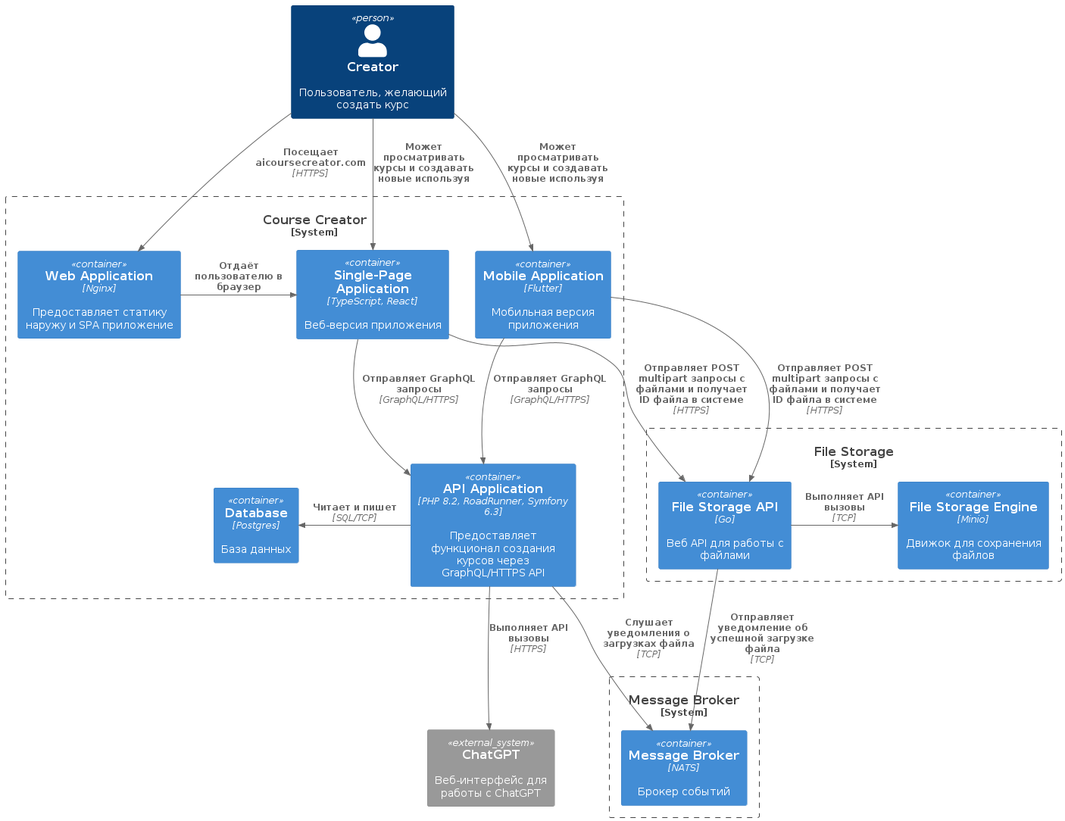
Monkey-Business-Edu/docs-obsidian keeps this PlantUML diagram as 2. Технический проект/C4-Диаграммы/C4_container.png. Above is the earlier version. Source of this version:
```plantuml
@startuml C4_container
!include  https://raw.githubusercontent.com/plantuml-stdlib/C4-PlantUML/master/C4_Container.puml

Person(user_creator, "Creator", "Пользователь, желающий создать курс")

System_Boundary(system_course_creator, "Course Creator") {
    Container(tool_course_creator_nginx, "Web Application", "Nginx", "Предоставляет статику наружу и SPA приложение")
    Container(app_course_creator_frontend, "Single-Page Application", "TypeScript, React", "Веб-версия приложения")
    Container(app_course_creator_mobile, "Mobile Application", "Flutter", "Мобильная версия приложения")
    Container(app_course_creator_backend, "API Application", "PHP 8.2, RoadRunner, Symfony 6.3", "Предоставляет функционал создания курсов через GraphQL/HTTPS API")
    Container(tool_course_creator_postgres, "Database", "Postgres", "База данных")
}
Rel_R(tool_course_creator_nginx, app_course_creator_frontend, "Отдаёт пользователю в браузер")
Rel(app_course_creator_frontend, app_course_creator_backend, "Отправляет GraphQL запросы", "GraphQL/HTTPS")
Rel(app_course_creator_mobile, app_course_creator_backend, "Отправляет GraphQL запросы", "GraphQL/HTTPS")
Rel_L(app_course_creator_backend, tool_course_creator_postgres, "Читает и пишет", "SQL/TCP")

System_Ext(system_chat_gpt, "ChatGPT", "Веб-интерфейс для работы с ChatGPT")

System_Boundary(system_file_storage, "File Storage") {
    Container(app_file_storage_api, "File Storage API", "Go", "Веб API для работы с файлами")
    Container(tool_file_storage_minio, "File Storage Engine", "Minio", "Движок для сохранения файлов")
}
Rel_R(app_file_storage_api, tool_file_storage_minio, "Выполняет API вызовы", "TCP")

System_Boundary(system_message_broker, "Message Broker") {
    Container(tool_message_broker_nats, "Message Broker", "NATS", "Брокер событий")
}

Rel(user_creator, tool_course_creator_nginx, "Посещает aicoursecreator.com", "HTTPS")
Rel(user_creator, app_course_creator_frontend, "Может просматривать курсы и создавать новые используя")
Rel(user_creator, app_course_creator_mobile, "Может просматривать курсы и создавать новые используя")

Rel(app_course_creator_frontend, app_file_storage_api, "Отправляет POST multipart запросы с файлами и получает ID файла в системе", "HTTPS")
Rel(app_course_creator_mobile, app_file_storage_api, "Отправляет POST multipart запросы с файлами и получает ID файла в системе", "HTTPS")

Rel(app_course_creator_backend, system_chat_gpt, "Выполняет API вызовы", "HTTPS")

Rel(app_file_storage_api, tool_message_broker_nats, "Отправляет уведомление об успешной загрузке файла", "TCP")
Rel(app_course_creator_backend, tool_message_broker_nats, "Слушает уведомления о загрузках файла", "TCP")

@enduml
```
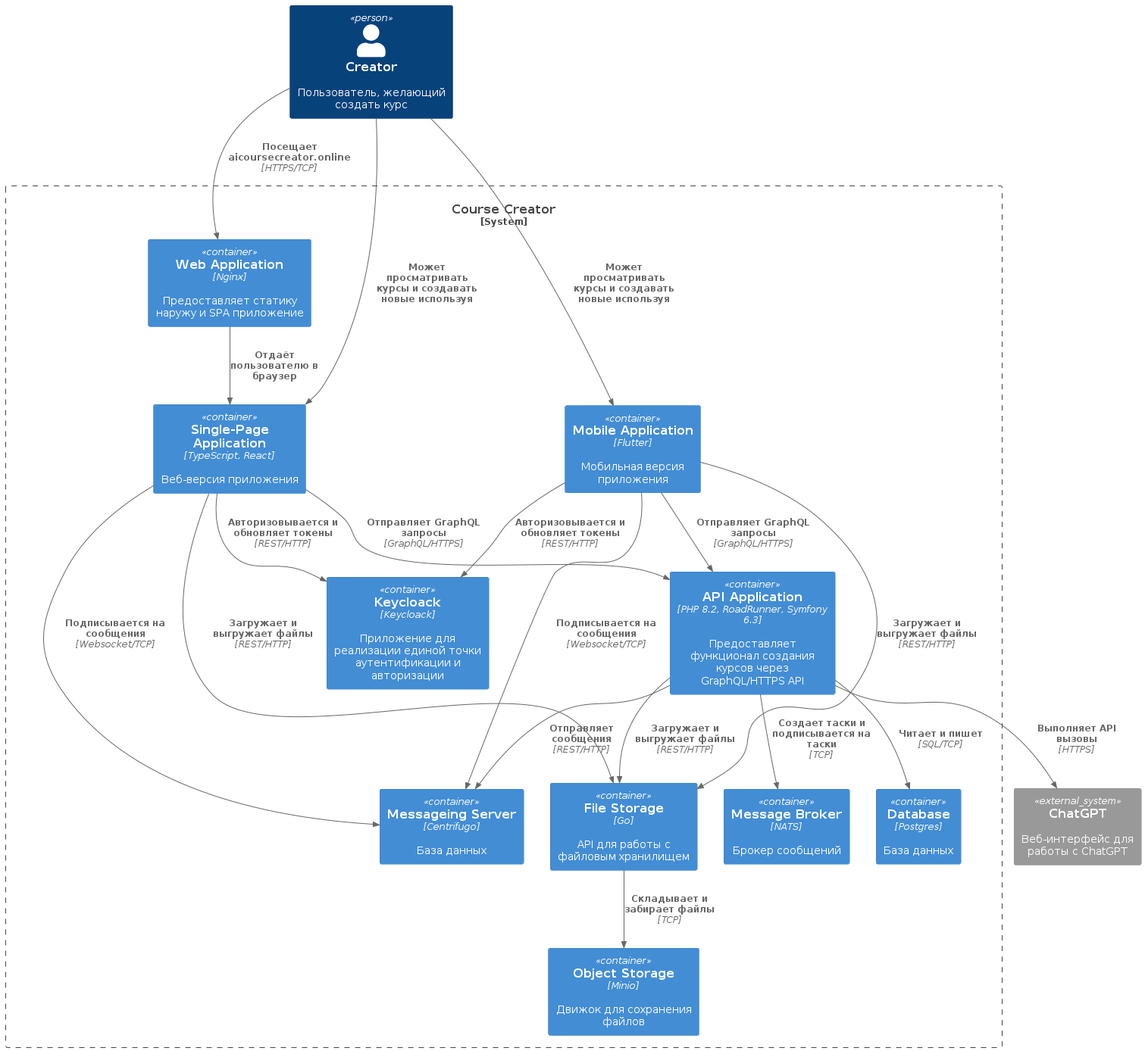
The same file after the commit.

Commit message:
Обновил диаграмму контейнеров

What changed in the source:
```diff
@@ -5,38 +5,36 @@
 
 System_Boundary(system_course_creator, "Course Creator") {
     Container(tool_course_creator_nginx, "Web Application", "Nginx", "Предоставляет статику наружу и SPA приложение")
+    Container(tool_course_creator_keycloack, "Keycloack", "Keycloack", "Приложение для реализации единой точки аутентификации и авторизации")
     Container(app_course_creator_frontend, "Single-Page Application", "TypeScript, React", "Веб-версия приложения")
+    Container(tool_course_creator_centrifugo, "Messageing Server", "Centrifugo", "База данных")
     Container(app_course_creator_mobile, "Mobile Application", "Flutter", "Мобильная версия приложения")
     Container(app_course_creator_backend, "API Application", "PHP 8.2, RoadRunner, Symfony 6.3", "Предоставляет функционал создания курсов через GraphQL/HTTPS API")
     Container(tool_course_creator_postgres, "Database", "Postgres", "База данных")
+    Container(tool_course_creator_nats, "Message Broker", "NATS", "Брокер сообщений")
+    Container(app_course_creator_filestorage, "File Storage", "Go", "API для работы с файловым хранилищем")
+    Container(tool_course_creator_minio, "Object Storage", "Minio", "Движок для сохранения файлов")
 }
-Rel_R(tool_course_creator_nginx, app_course_creator_frontend, "Отдаёт пользователю в браузер")
+Rel(tool_course_creator_nginx, app_course_creator_frontend, "Отдаёт пользователю в браузер")
 Rel(app_course_creator_frontend, app_course_creator_backend, "Отправляет GraphQL запросы", "GraphQL/HTTPS")
 Rel(app_course_creator_mobile, app_course_creator_backend, "Отправляет GraphQL запросы", "GraphQL/HTTPS")
-Rel_L(app_course_creator_backend, tool_course_creator_postgres, "Читает и пишет", "SQL/TCP")
+Rel(app_course_creator_frontend, tool_course_creator_centrifugo, "Подписывается на сообщения", "Websocket/TCP")
+Rel(app_course_creator_mobile, tool_course_creator_centrifugo, "Подписывается на сообщения", "Websocket/TCP")
+Rel(app_course_creator_backend, tool_course_creator_centrifugo, "Отправляет сообщения", "REST/HTTP")
+Rel(app_course_creator_backend, tool_course_creator_postgres, "Читает и пишет", "SQL/TCP")
+Rel(app_course_creator_backend, tool_course_creator_nats, "Создает таски и подписывается на таски", "TCP")
+Rel(app_course_creator_backend, app_course_creator_filestorage, "Загружает и выгружает файлы", "REST/HTTP")
+Rel(app_course_creator_frontend, app_course_creator_filestorage, "Загружает и выгружает файлы", "REST/HTTP")
+Rel(app_course_creator_mobile, app_course_creator_filestorage, "Загружает и выгружает файлы", "REST/HTTP")
+Rel(app_course_creator_frontend, tool_course_creator_keycloack, "Авторизовывается и обновляет токены", "REST/HTTP")
+Rel(app_course_creator_mobile, tool_course_creator_keycloack, "Авторизовывается и обновляет токены", "REST/HTTP")
+Rel(app_course_creator_filestorage, tool_course_creator_minio, "Складывает и забирает файлы", "TCP")
 
 System_Ext(system_chat_gpt, "ChatGPT", "Веб-интерфейс для работы с ChatGPT")
 
-System_Boundary(system_file_storage, "File Storage") {
-    Container(app_file_storage_api, "File Storage API", "Go", "Веб API для работы с файлами")
-    Container(tool_file_storage_minio, "File Storage Engine", "Minio", "Движок для сохранения файлов")
-}
-Rel_R(app_file_storage_api, tool_file_storage_minio, "Выполняет API вызовы", "TCP")
-
-System_Boundary(system_message_broker, "Message Broker") {
-    Container(tool_message_broker_nats, "Message Broker", "NATS", "Брокер событий")
-}
-
-Rel(user_creator, tool_course_creator_nginx, "Посещает aicoursecreator.com", "HTTPS")
+Rel(user_creator, tool_course_creator_nginx, "Посещает aicoursecreator.online", "HTTPS/TCP")
 Rel(user_creator, app_course_creator_frontend, "Может просматривать курсы и создавать новые используя")
 Rel(user_creator, app_course_creator_mobile, "Может просматривать курсы и создавать новые используя")
 
-Rel(app_course_creator_frontend, app_file_storage_api, "Отправляет POST multipart запросы с файлами и получает ID файла в системе", "HTTPS")
-Rel(app_course_creator_mobile, app_file_storage_api, "Отправляет POST multipart запросы с файлами и получает ID файла в системе", "HTTPS")
-
 Rel(app_course_creator_backend, system_chat_gpt, "Выполняет API вызовы", "HTTPS")
-
-Rel(app_file_storage_api, tool_message_broker_nats, "Отправляет уведомление об успешной загрузке файла", "TCP")
-Rel(app_course_creator_backend, tool_message_broker_nats, "Слушает уведомления о загрузках файла", "TCP")
-
 @enduml
```
